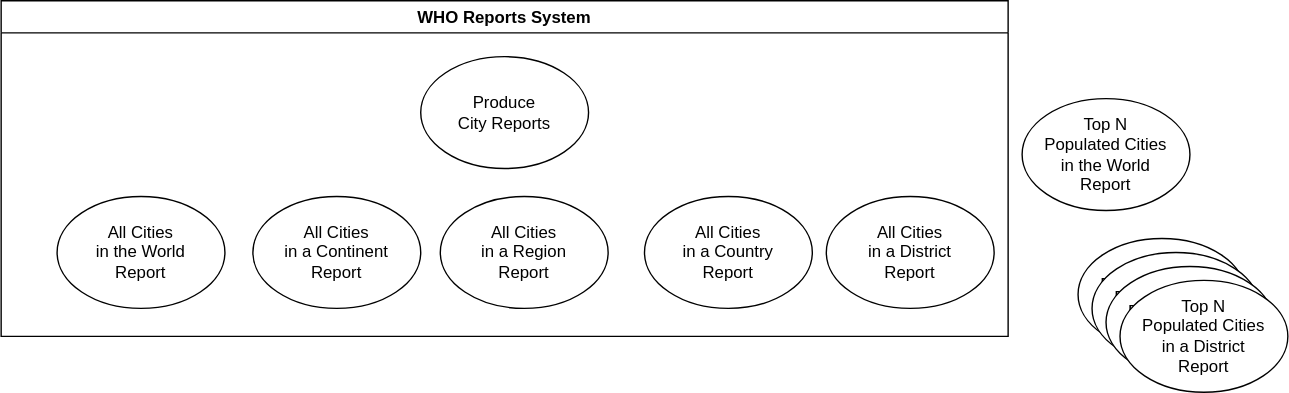
Before: use-cases/usecase2-diagram.svg, a diagram exported from draw.io (eilidhsteel/semGroup). Source tidied: cells renumbered, new cells last; positions are measured from the earlier drawing's top-left corner, leaving out a move shared by most shapes. The source it was exported from:
```xml
<mxGraphModel>
  <root>
    <mxCell id="0" />
    <mxCell id="1" parent="0" />
    <mxCell id="2" value="WHO Reports System" style="swimlane;" parent="1" vertex="1">
      <mxGeometry width="720" height="240" as="geometry" />
    </mxCell>
    <mxCell id="3" value="Produce&lt;br&gt;City Reports" style="ellipse;whiteSpace=wrap;html=1;" parent="2" vertex="1">
      <mxGeometry x="300" y="40" width="120" height="80" as="geometry" />
    </mxCell>
    <mxCell id="4" value="All Cities &lt;br&gt;in the World&lt;br&gt;Report" style="ellipse;whiteSpace=wrap;html=1;" parent="2" vertex="1">
      <mxGeometry x="40" y="140" width="120" height="80" as="geometry" />
    </mxCell>
    <mxCell id="5" value="All Cities &lt;br&gt;in a Continent &lt;br&gt;Report" style="ellipse;whiteSpace=wrap;html=1;" parent="2" vertex="1">
      <mxGeometry x="180" y="140" width="120" height="80" as="geometry" />
    </mxCell>
    <mxCell id="6" value="All Cities&lt;br&gt;in a Country&lt;br&gt;Report" style="ellipse;whiteSpace=wrap;html=1;" parent="2" vertex="1">
      <mxGeometry x="460" y="140" width="120" height="80" as="geometry" />
    </mxCell>
    <mxCell id="7" value="All Cities&lt;br&gt;in a Region&lt;br&gt;Report" style="ellipse;whiteSpace=wrap;html=1;" parent="2" vertex="1">
      <mxGeometry x="314" y="140" width="120" height="80" as="geometry" />
    </mxCell>
    <mxCell id="8" value="All Cities&lt;br&gt;in a District&lt;br&gt;Report" style="ellipse;whiteSpace=wrap;html=1;" parent="2" vertex="1">
      <mxGeometry x="590" y="140" width="120" height="80" as="geometry" />
    </mxCell>
    <mxCell id="9" value="Top N&lt;br&gt;Populated Cities&lt;br&gt;in the World&lt;br&gt;Report" style="ellipse;whiteSpace=wrap;html=1;" parent="1" vertex="1">
      <mxGeometry x="730" y="70" width="120" height="80" as="geometry" />
    </mxCell>
    <mxCell id="10" value="Top N&lt;br&gt;Populated Cities&lt;br&gt;in a Continent&lt;br&gt;Report" style="ellipse;whiteSpace=wrap;html=1;" parent="1" vertex="1">
      <mxGeometry x="770" y="170" width="120" height="80" as="geometry" />
    </mxCell>
    <mxCell id="11" value="Top N&lt;br&gt;Populated Cities&lt;br&gt;in a Region&lt;br&gt;Report" style="ellipse;whiteSpace=wrap;html=1;" parent="1" vertex="1">
      <mxGeometry x="780" y="180" width="120" height="80" as="geometry" />
    </mxCell>
    <mxCell id="12" value="Top N&lt;br&gt;Populated Cities&lt;br&gt;in a Country&lt;br&gt;Report" style="ellipse;whiteSpace=wrap;html=1;" parent="1" vertex="1">
      <mxGeometry x="790" y="190" width="120" height="80" as="geometry" />
    </mxCell>
    <mxCell id="13" value="Top N&lt;br&gt;Populated Cities&lt;br&gt;in a District&lt;br&gt;Report" style="ellipse;whiteSpace=wrap;html=1;" parent="1" vertex="1">
      <mxGeometry x="800" y="200" width="120" height="80" as="geometry" />
    </mxCell>
  </root>
</mxGraphModel>
```
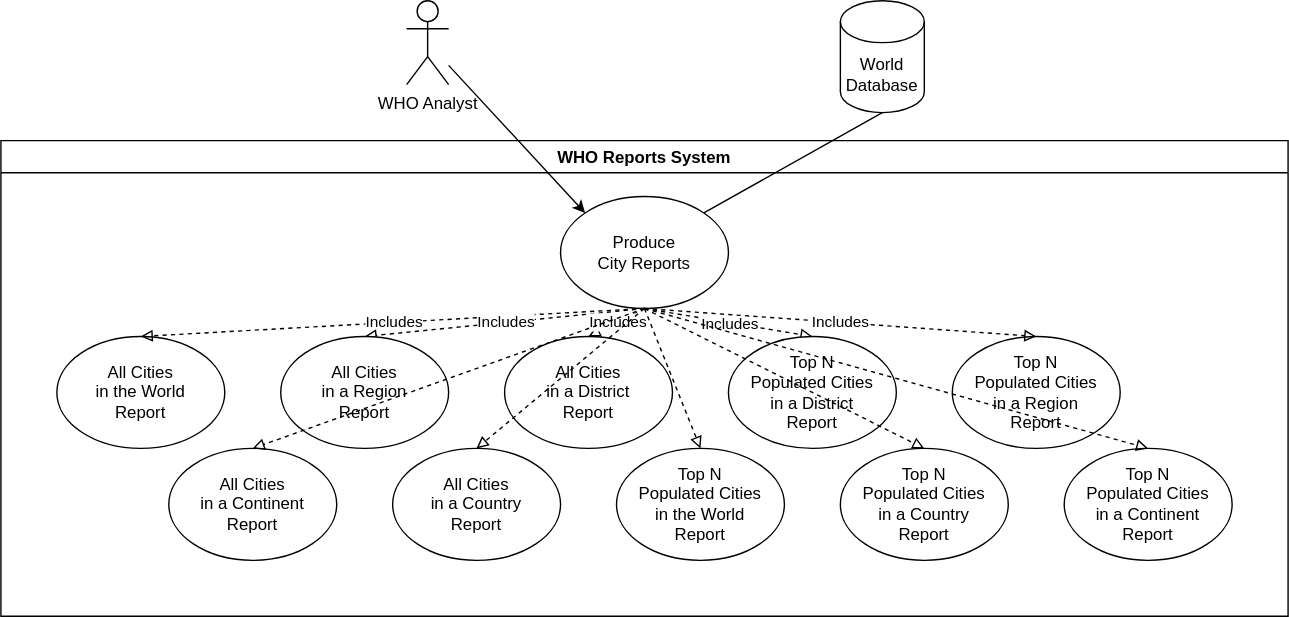
Above is the later version.

Commit message:
Completed diagram for usecase 2

Diff of the diagram source:
```diff
@@ -3,40 +3,107 @@
     <mxCell id="0" />
     <mxCell id="1" parent="0" />
     <mxCell id="2" value="WHO Reports System" style="swimlane;" parent="1" vertex="1">
-      <mxGeometry width="720" height="240" as="geometry" />
+      <mxGeometry width="920" height="340" as="geometry" />
     </mxCell>
     <mxCell id="3" value="Produce&lt;br&gt;City Reports" style="ellipse;whiteSpace=wrap;html=1;" parent="2" vertex="1">
-      <mxGeometry x="300" y="40" width="120" height="80" as="geometry" />
+      <mxGeometry x="400" y="40" width="120" height="80" as="geometry" />
     </mxCell>
     <mxCell id="4" value="All Cities &lt;br&gt;in the World&lt;br&gt;Report" style="ellipse;whiteSpace=wrap;html=1;" parent="2" vertex="1">
       <mxGeometry x="40" y="140" width="120" height="80" as="geometry" />
     </mxCell>
     <mxCell id="5" value="All Cities &lt;br&gt;in a Continent &lt;br&gt;Report" style="ellipse;whiteSpace=wrap;html=1;" parent="2" vertex="1">
-      <mxGeometry x="180" y="140" width="120" height="80" as="geometry" />
+      <mxGeometry x="120" y="220" width="120" height="80" as="geometry" />
     </mxCell>
     <mxCell id="6" value="All Cities&lt;br&gt;in a Country&lt;br&gt;Report" style="ellipse;whiteSpace=wrap;html=1;" parent="2" vertex="1">
-      <mxGeometry x="460" y="140" width="120" height="80" as="geometry" />
+      <mxGeometry x="280" y="220" width="120" height="80" as="geometry" />
     </mxCell>
+    <mxCell id="9" value="Top N&lt;br&gt;Populated Cities&lt;br&gt;in the World&lt;br&gt;Report" style="ellipse;whiteSpace=wrap;html=1;" parent="2" vertex="1">
+      <mxGeometry x="440" y="220" width="120" height="80" as="geometry" />
+    </mxCell>
+    <mxCell id="12" value="Top N&lt;br&gt;Populated Cities&lt;br&gt;in a Country&lt;br&gt;Report" style="ellipse;whiteSpace=wrap;html=1;" parent="2" vertex="1">
+      <mxGeometry x="600" y="220" width="120" height="80" as="geometry" />
+    </mxCell>
+    <mxCell id="11" value="Top N&lt;br&gt;Populated Cities&lt;br&gt;in a Region&lt;br&gt;Report" style="ellipse;whiteSpace=wrap;html=1;" parent="2" vertex="1">
+      <mxGeometry x="680" y="140" width="120" height="80" as="geometry" />
+    </mxCell>
+    <mxCell id="10" value="Top N&lt;br&gt;Populated Cities&lt;br&gt;in a Continent&lt;br&gt;Report" style="ellipse;whiteSpace=wrap;html=1;" parent="2" vertex="1">
+      <mxGeometry x="760" y="220" width="120" height="80" as="geometry" />
+    </mxCell>
+    <mxCell id="14" style="endArrow=block;html=1;rounded=0;endFill=0;dashed=1;exitX=0.5;exitY=1;exitDx=0;exitDy=0;entryX=0.5;entryY=0;entryDx=0;entryDy=0;" parent="2" edge="1" source="3" target="4">
+      <mxGeometry relative="1" as="geometry" />
+    </mxCell>
+    <mxCell id="15" value="Includes" style="edgeLabel;html=1;align=center;verticalAlign=middle;" parent="14" vertex="1">
+      <mxGeometry relative="1" as="geometry" />
+    </mxCell>
+    <mxCell id="16" style="endArrow=block;html=1;rounded=0;endFill=0;dashed=1;exitX=0.5;exitY=1;exitDx=0;exitDy=0;entryX=0.5;entryY=0;entryDx=0;entryDy=0;" parent="2" edge="1" source="3" target="7">
+      <mxGeometry relative="1" as="geometry" />
+    </mxCell>
+    <mxCell id="17" value="Includes" style="edgeLabel;html=1;align=center;verticalAlign=middle;" parent="16" vertex="1">
+      <mxGeometry relative="1" as="geometry" />
+    </mxCell>
+    <mxCell id="18" style="endArrow=block;html=1;rounded=0;endFill=0;dashed=1;exitX=0.5;exitY=1;exitDx=0;exitDy=0;entryX=0.5;entryY=0;entryDx=0;entryDy=0;" parent="2" edge="1" source="3" target="8">
+      <mxGeometry relative="1" as="geometry" />
+    </mxCell>
+    <mxCell id="19" value="Includes" style="edgeLabel;html=1;align=center;verticalAlign=middle;" parent="18" vertex="1">
+      <mxGeometry relative="1" as="geometry" />
+    </mxCell>
+    <mxCell id="20" style="endArrow=block;html=1;rounded=0;endFill=0;dashed=1;exitX=0.5;exitY=1;exitDx=0;exitDy=0;entryX=0.5;entryY=0;entryDx=0;entryDy=0;" parent="2" edge="1" source="3" target="13">
+      <mxGeometry relative="1" as="geometry" />
+    </mxCell>
+    <mxCell id="21" value="Includes" style="edgeLabel;html=1;align=center;verticalAlign=middle;" parent="20" vertex="1">
+      <mxGeometry relative="1" as="geometry" />
+    </mxCell>
+    <mxCell id="22" style="endArrow=block;html=1;rounded=0;endFill=0;dashed=1;exitX=0.5;exitY=1;exitDx=0;exitDy=0;entryX=0.5;entryY=0;entryDx=0;entryDy=0;" parent="2" edge="1" source="3" target="11">
+      <mxGeometry relative="1" as="geometry" />
+    </mxCell>
+    <mxCell id="23" value="Includes" style="edgeLabel;html=1;align=center;verticalAlign=middle;" parent="22" vertex="1">
+      <mxGeometry relative="1" as="geometry" />
+    </mxCell>
+    <mxCell id="8" value="All Cities&lt;br&gt;in a District&lt;br&gt;Report" style="ellipse;whiteSpace=wrap;html=1;" parent="2" vertex="1">
+      <mxGeometry x="360" y="140" width="120" height="80" as="geometry" />
+    </mxCell>
+    <mxCell id="13" value="Top N&lt;br&gt;Populated Cities&lt;br&gt;in a District&lt;br&gt;Report" style="ellipse;whiteSpace=wrap;html=1;" parent="2" vertex="1">
+      <mxGeometry x="520" y="140" width="120" height="80" as="geometry" />
+    </mxCell>
     <mxCell id="7" value="All Cities&lt;br&gt;in a Region&lt;br&gt;Report" style="ellipse;whiteSpace=wrap;html=1;" parent="2" vertex="1">
-      <mxGeometry x="314" y="140" width="120" height="80" as="geometry" />
+      <mxGeometry x="200" y="140" width="120" height="80" as="geometry" />
     </mxCell>
-    <mxCell id="8" value="All Cities&lt;br&gt;in a District&lt;br&gt;Report" style="ellipse;whiteSpace=wrap;html=1;" parent="2" vertex="1">
-      <mxGeometry x="590" y="140" width="120" height="80" as="geometry" />
-    </mxCell>
-    <mxCell id="9" value="Top N&lt;br&gt;Populated Cities&lt;br&gt;in the World&lt;br&gt;Report" style="ellipse;whiteSpace=wrap;html=1;" parent="1" vertex="1">
-      <mxGeometry x="730" y="70" width="120" height="80" as="geometry" />
-    </mxCell>
-    <mxCell id="10" value="Top N&lt;br&gt;Populated Cities&lt;br&gt;in a Continent&lt;br&gt;Report" style="ellipse;whiteSpace=wrap;html=1;" parent="1" vertex="1">
-      <mxGeometry x="770" y="170" width="120" height="80" as="geometry" />
-    </mxCell>
-    <mxCell id="11" value="Top N&lt;br&gt;Populated Cities&lt;br&gt;in a Region&lt;br&gt;Report" style="ellipse;whiteSpace=wrap;html=1;" parent="1" vertex="1">
-      <mxGeometry x="780" y="180" width="120" height="80" as="geometry" />
-    </mxCell>
-    <mxCell id="12" value="Top N&lt;br&gt;Populated Cities&lt;br&gt;in a Country&lt;br&gt;Report" style="ellipse;whiteSpace=wrap;html=1;" parent="1" vertex="1">
-      <mxGeometry x="790" y="190" width="120" height="80" as="geometry" />
-    </mxCell>
-    <mxCell id="13" value="Top N&lt;br&gt;Populated Cities&lt;br&gt;in a District&lt;br&gt;Report" style="ellipse;whiteSpace=wrap;html=1;" parent="1" vertex="1">
-      <mxGeometry x="800" y="200" width="120" height="80" as="geometry" />
-    </mxCell>
+    <mxCell id="24" style="endArrow=block;html=1;rounded=0;endFill=0;dashed=1;entryX=0.5;entryY=0;entryDx=0;entryDy=0;" parent="1" edge="1" target="10">
+      <mxGeometry relative="1" as="geometry">
+        <mxPoint x="460" y="120" as="sourcePoint" />
+      </mxGeometry>
+    </mxCell>
+    <mxCell id="25" style="endArrow=block;html=1;rounded=0;endFill=0;dashed=1;entryX=0.5;entryY=0;entryDx=0;entryDy=0;" parent="1" edge="1" target="12">
+      <mxGeometry relative="1" as="geometry">
+        <mxPoint x="460" y="120" as="sourcePoint" />
+      </mxGeometry>
+    </mxCell>
+    <mxCell id="26" style="endArrow=block;html=1;rounded=0;endFill=0;dashed=1;entryX=0.5;entryY=0;entryDx=0;entryDy=0;" parent="1" edge="1" target="9">
+      <mxGeometry relative="1" as="geometry">
+        <mxPoint x="460" y="120" as="sourcePoint" />
+      </mxGeometry>
+    </mxCell>
+    <mxCell id="27" style="endArrow=block;html=1;rounded=0;endFill=0;dashed=1;entryX=0.5;entryY=0;entryDx=0;entryDy=0;" parent="1" edge="1" target="5">
+      <mxGeometry relative="1" as="geometry">
+        <mxPoint x="460" y="120" as="sourcePoint" />
+      </mxGeometry>
+    </mxCell>
+    <mxCell id="28" style="endArrow=block;html=1;rounded=0;endFill=0;dashed=1;entryX=0.5;entryY=0;entryDx=0;entryDy=0;" parent="1" edge="1" target="6">
+      <mxGeometry relative="1" as="geometry">
+        <mxPoint x="460" y="120" as="sourcePoint" />
+      </mxGeometry>
+    </mxCell>
+    <mxCell id="29" value="WHO Analyst" style="shape=umlActor;verticalLabelPosition=bottom;verticalAlign=top;html=1;outlineConnect=0;" parent="1" vertex="1">
+      <mxGeometry x="290" y="-100" width="30" height="60" as="geometry" />
+    </mxCell>
+    <mxCell id="30" value="World&lt;br&gt;Database" style="shape=cylinder3;whiteSpace=wrap;html=1;boundedLbl=1;backgroundOutline=1;size=15;" parent="1" vertex="1">
+      <mxGeometry x="600" y="-100" width="60" height="80" as="geometry" />
+    </mxCell>
+    <mxCell id="31" style="endArrow=classic;html=1;rounded=0;entryX=0;entryY=0;entryDx=0;entryDy=0;" parent="1" edge="1" source="29" target="3">
+      <mxGeometry relative="1" as="geometry" />
+    </mxCell>
+    <mxCell id="32" style="endArrow=none;html=1;rounded=0;entryX=1;entryY=0;entryDx=0;entryDy=0;exitX=0.5;exitY=1;exitDx=0;exitDy=0;exitPerimeter=0;endFill=0;" parent="1" edge="1" source="30" target="3">
+      <mxGeometry relative="1" as="geometry" />
+    </mxCell>
   </root>
 </mxGraphModel>
```
